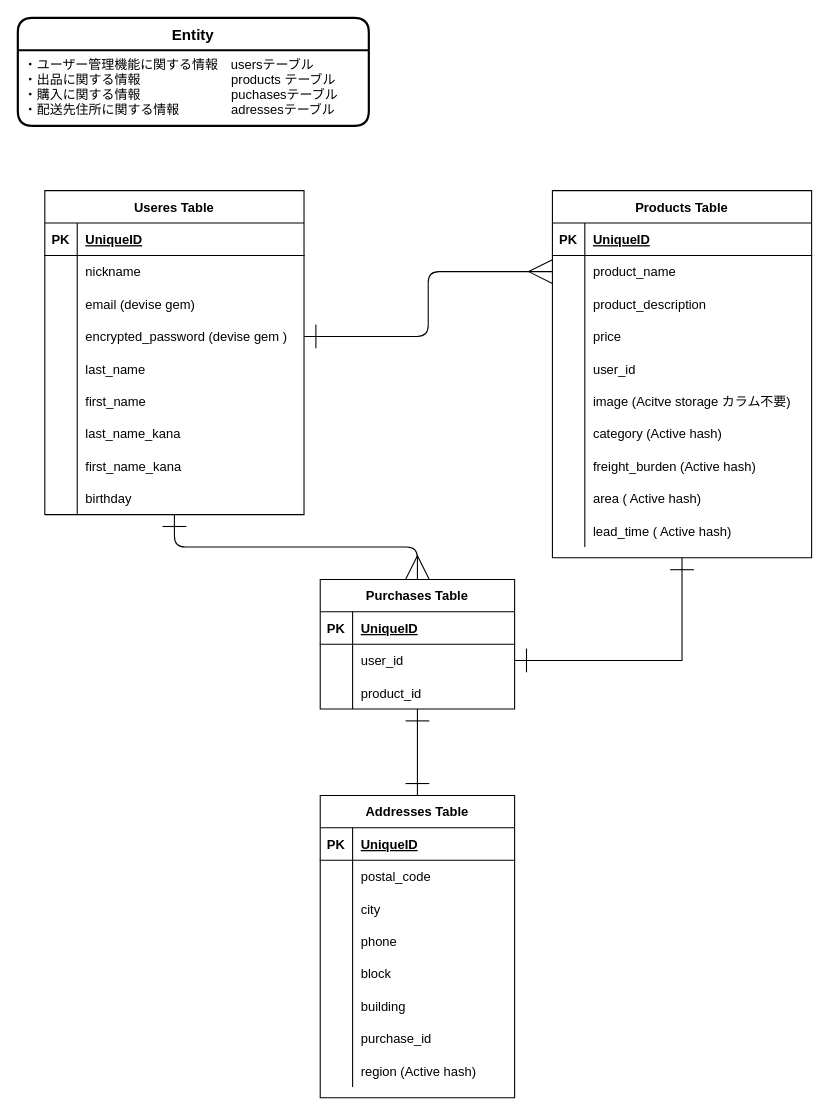
The draw.io diagram furima.dio in Toyosato-Yamaguchi/furima-34406, before the edit. Source tidied: cells renumbered, new cells numbered last; positions are measured from the earlier drawing's top-left corner, leaving out a move shared by most shapes. Both pictures are drawn from the tidied source at 108%, with x=0, y=0 at pixel (17, 17).
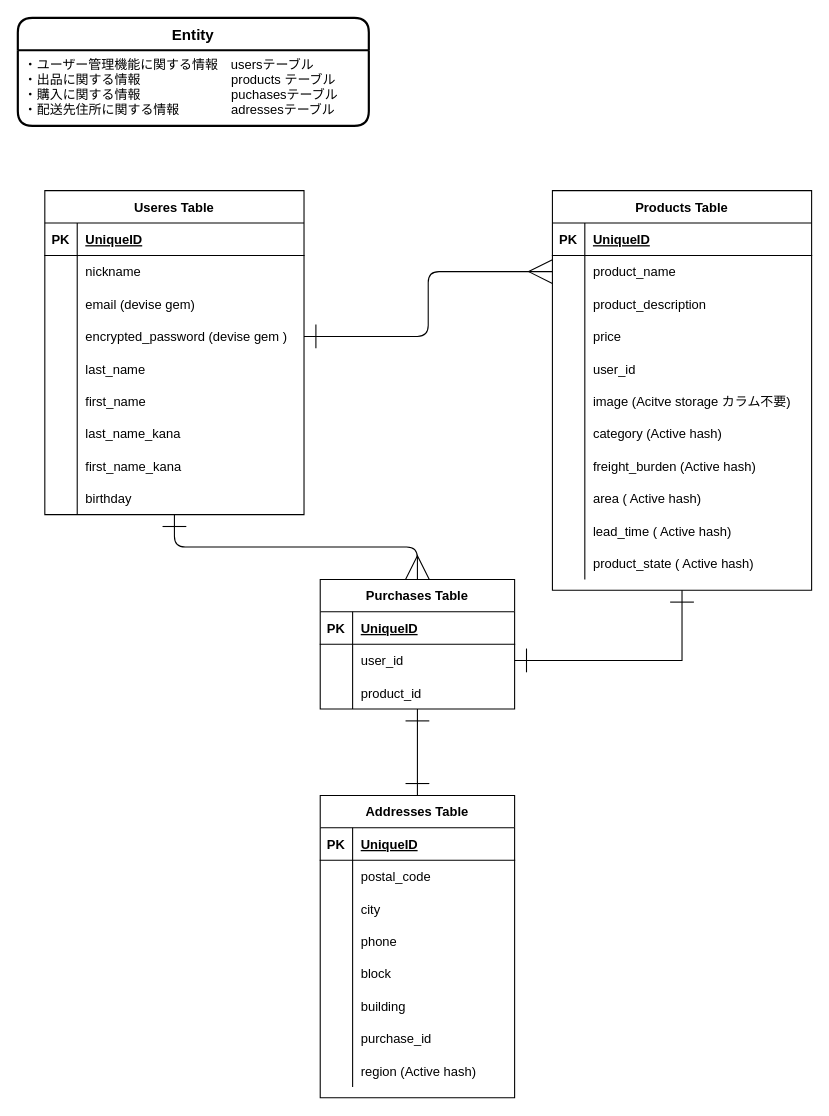
Above is the later version.

Commit message (it also covers changes not shown here):
READMEのproductsテーブルの修正

Diff of the diagram source:
```diff
@@
     <mxCell id="33" value="Products Table" style="shape=table;startSize=30;childLayout=tableLayout;rowLines=0;fontStyle=1;align=center;" parent="1" vertex="1">
-      <mxGeometry x="495" y="160" width="240" height="340" as="geometry" />
+      <mxGeometry x="495" y="160" width="240" height="370" as="geometry" />
     </mxCell>
@@
+    <mxCell id="102" style="shape=partialRectangle;fillColor=none;top=0;left=0;bottom=0;right=0;" parent="33" vertex="1">
+      <mxGeometry y="330" width="240" height="30" as="geometry" />
+    </mxCell>
+    <mxCell id="103" style="shape=partialRectangle;fillColor=none;top=0;left=0;bottom=0;right=0;overflow=hidden;" parent="102" vertex="1">
+      <mxGeometry width="30" height="30" as="geometry" />
+    </mxCell>
+    <mxCell id="104" value="product_state ( Active hash)" style="shape=partialRectangle;fillColor=none;top=0;left=0;bottom=0;right=0;align=left;spacingLeft=6;overflow=hidden;" parent="102" vertex="1">
+      <mxGeometry x="30" width="210" height="30" as="geometry" />
+    </mxCell>
```
